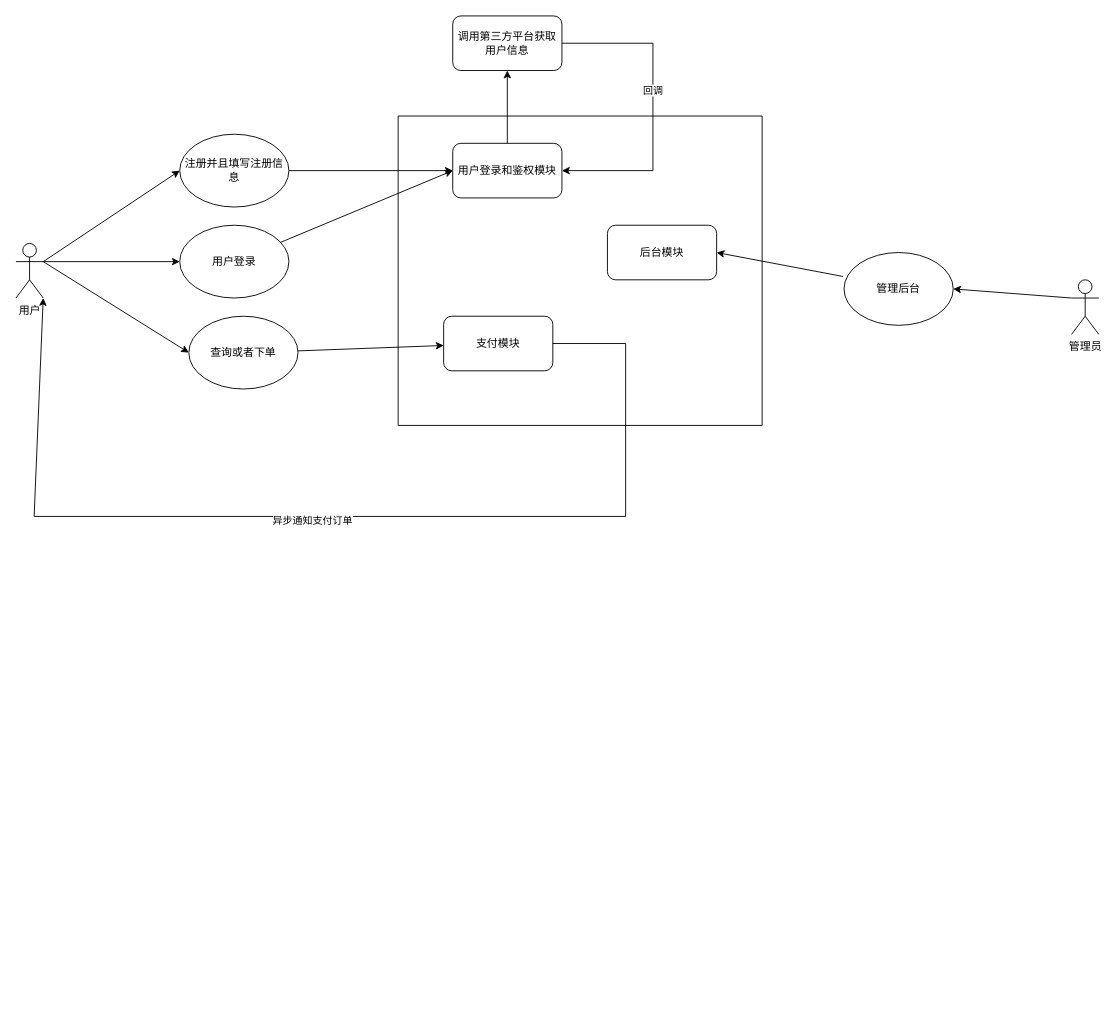
Earlier version of the draw.io diagram 软件需求考试.drawio (interca/drawPhoto). Source tidied: cells renumbered, new cells numbered last; positions are measured from the earlier drawing's top-left corner, leaving out a move shared by most shapes. Both pictures are drawn from the tidied source at 91%, with x=0, y=0 at pixel (15, 15).
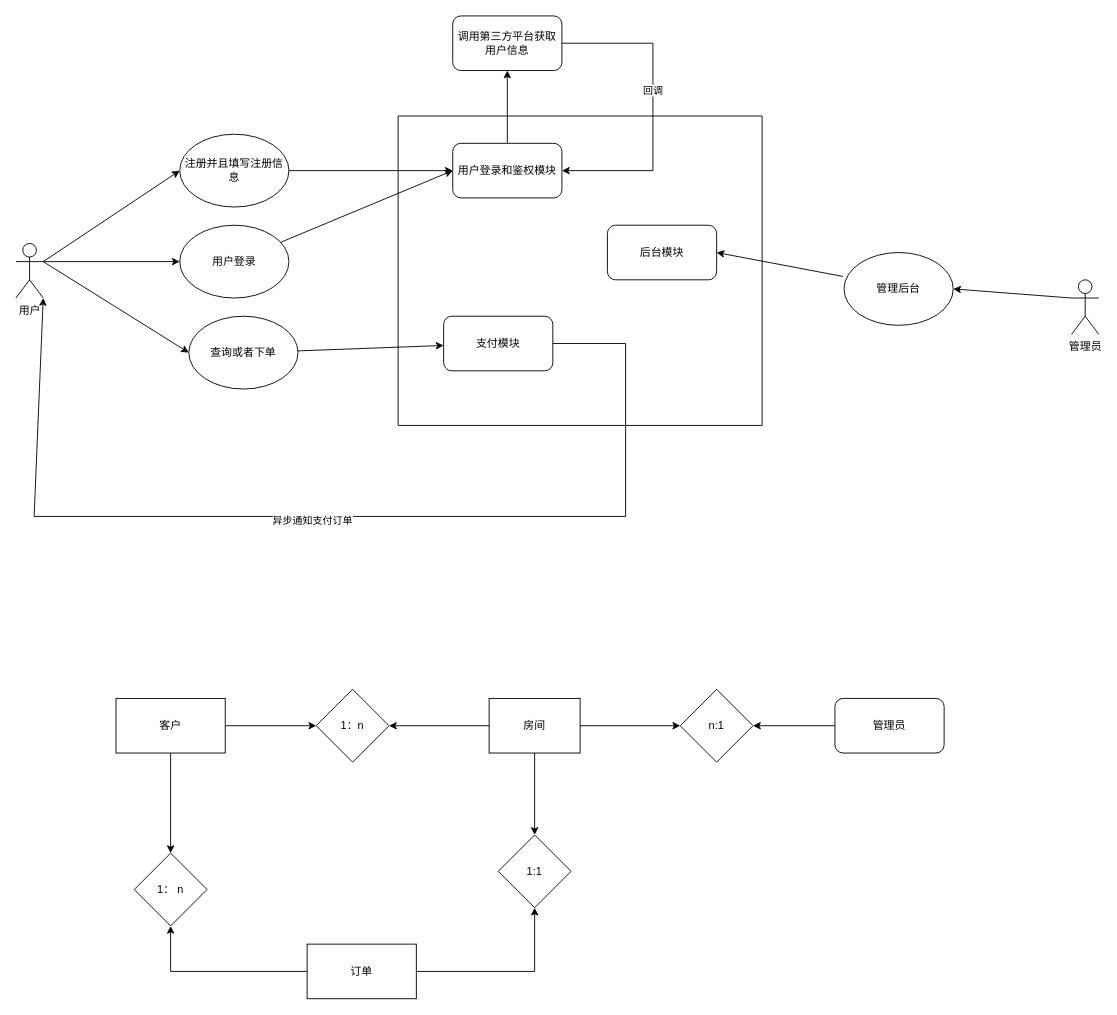
Above is the later version.

Commit message (it also covers changes not shown here):
更新软件需求考试.drawio

What changed in the source:
```diff
@@
+    <mxCell id="26" style="edgeStyle=orthogonalEdgeStyle;rounded=0;jettySize=auto;html=1;" parent="1" edge="1" source="28" target="36">
+      <mxGeometry relative="1" as="geometry" />
+    </mxCell>
+    <mxCell id="27" style="edgeStyle=orthogonalEdgeStyle;rounded=0;jettySize=auto;html=1;entryX=0.5;entryY=0;entryDx=0;entryDy=0;" parent="1" edge="1" source="28" target="38">
+      <mxGeometry relative="1" as="geometry" />
+    </mxCell>
+    <mxCell id="28" value="客户" style="rounded=0;whiteSpace=wrap;html=1;" parent="1" vertex="1">
+      <mxGeometry x="110" y="750" width="120" height="60" as="geometry" />
+    </mxCell>
+    <mxCell id="29" value="订单" style="rounded=0;whiteSpace=wrap;html=1;" parent="1" vertex="1">
+      <mxGeometry x="320" y="1020" width="120" height="60" as="geometry" />
+    </mxCell>
+    <mxCell id="30" style="edgeStyle=orthogonalEdgeStyle;rounded=0;jettySize=auto;html=1;" parent="1" edge="1" source="33" target="36">
+      <mxGeometry relative="1" as="geometry" />
+    </mxCell>
+    <mxCell id="31" style="edgeStyle=orthogonalEdgeStyle;rounded=0;jettySize=auto;html=1;entryX=0;entryY=0.5;entryDx=0;entryDy=0;" parent="1" edge="1" source="33" target="37">
+      <mxGeometry relative="1" as="geometry" />
+    </mxCell>
+    <mxCell id="32" style="edgeStyle=orthogonalEdgeStyle;rounded=0;jettySize=auto;html=1;entryX=0.5;entryY=0;entryDx=0;entryDy=0;" parent="1" edge="1" source="33" target="39">
+      <mxGeometry relative="1" as="geometry" />
+    </mxCell>
+    <mxCell id="33" value="房间" style="rounded=0;whiteSpace=wrap;html=1;" parent="1" vertex="1">
+      <mxGeometry x="520" y="750" width="100" height="60" as="geometry" />
+    </mxCell>
+    <mxCell id="34" style="edgeStyle=orthogonalEdgeStyle;rounded=0;jettySize=auto;html=1;entryX=1;entryY=0.5;entryDx=0;entryDy=0;" parent="1" edge="1" source="35" target="37">
+      <mxGeometry relative="1" as="geometry" />
+    </mxCell>
+    <mxCell id="35" value="管理员" style="rounded=1;whiteSpace=wrap;html=1;" parent="1" vertex="1">
+      <mxGeometry x="900" y="750" width="120" height="60" as="geometry" />
+    </mxCell>
+    <mxCell id="36" value="1：n" style="rhombus;whiteSpace=wrap;html=1;" parent="1" vertex="1">
+      <mxGeometry x="330" y="740" width="80" height="80" as="geometry" />
+    </mxCell>
+    <mxCell id="37" value="n:1" style="rhombus;whiteSpace=wrap;html=1;" parent="1" vertex="1">
+      <mxGeometry x="730" y="740" width="80" height="80" as="geometry" />
+    </mxCell>
+    <mxCell id="38" value="1： n" style="rhombus;whiteSpace=wrap;html=1;" parent="1" vertex="1">
+      <mxGeometry x="130" y="920" width="80" height="80" as="geometry" />
+    </mxCell>
+    <mxCell id="39" value="1:1" style="rhombus;whiteSpace=wrap;html=1;" parent="1" vertex="1">
+      <mxGeometry x="530" y="900" width="80" height="80" as="geometry" />
+    </mxCell>
+    <mxCell id="40" style="endArrow=classic;html=1;rounded=0;exitX=0;exitY=0.5;exitDx=0;exitDy=0;entryX=0.5;entryY=1;entryDx=0;entryDy=0;" parent="1" edge="1" source="29" target="38">
+      <mxGeometry relative="1" as="geometry">
+        <Array as="points">
+          <mxPoint x="170" y="1050" />
+        </Array>
+      </mxGeometry>
+    </mxCell>
+    <mxCell id="41" style="endArrow=classic;html=1;rounded=0;exitX=1;exitY=0.5;exitDx=0;exitDy=0;entryX=0.5;entryY=1;entryDx=0;entryDy=0;" parent="1" edge="1" source="29" target="39">
+      <mxGeometry relative="1" as="geometry">
+        <Array as="points">
+          <mxPoint x="570" y="1050" />
+        </Array>
+      </mxGeometry>
+    </mxCell>
```
